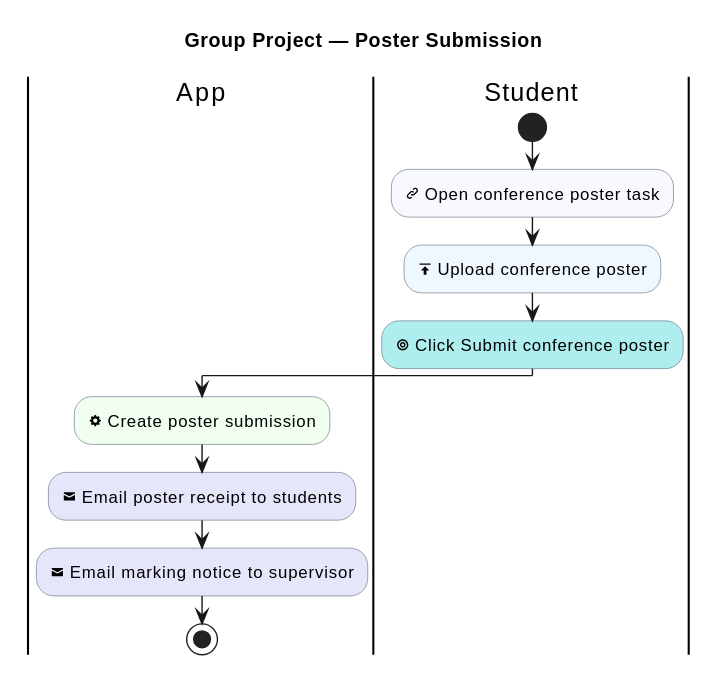
This is industrial-placement-group-project/diagrams/group-project/poster-submission.svg from sdflkjssl/sdflkjssl.github.io, a PlantUML export, as it was before one commit. Its diagram source:
```plantuml
@startuml
!pragma layout smetana
title Group Project — Poster Submission
skinparam shadowing false
skinparam activityBackgroundColor GhostWhite
skinparam activityBorderColor SlateGray
skinparam activityDiamondBackgroundColor LemonChiffon
skinparam activityDiamondBorderColor DarkGoldenRod

|App|
|Student|

|Student|
start
:<&link-intact> Open conference poster task; <<#GhostWhite>>
:<&data-transfer-upload> Upload conference poster; <<#AliceBlue>>
:<&target> Click Submit conference poster; <<#PaleTurquoise>>
|App|
:<&cog> Create poster submission; <<#HoneyDew>>
:<&envelope-closed> Email poster receipt to students; <<#Lavender>>
:<&envelope-closed> Email marking notice to supervisor; <<#Lavender>>
stop
@enduml
```
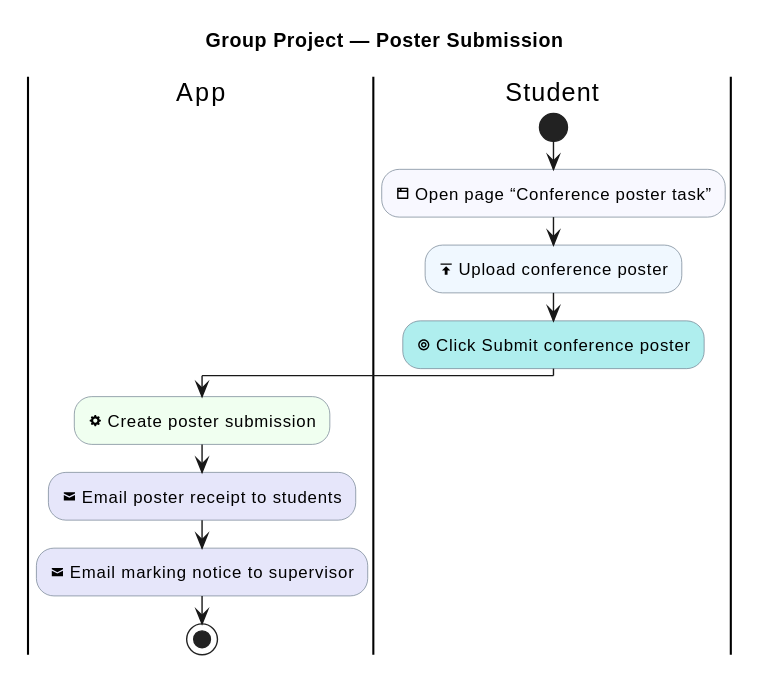
After the commit.

Diff of the diagram source:
```diff
@@ -12,7 +12,7 @@
 
 |Student|
 start
-:<&link-intact> Open conference poster task; <<#GhostWhite>>
+:<&browser> Open page “Conference poster task”; <<#GhostWhite>>
 :<&data-transfer-upload> Upload conference poster; <<#AliceBlue>>
 :<&target> Click Submit conference poster; <<#PaleTurquoise>>
 |App|
```
